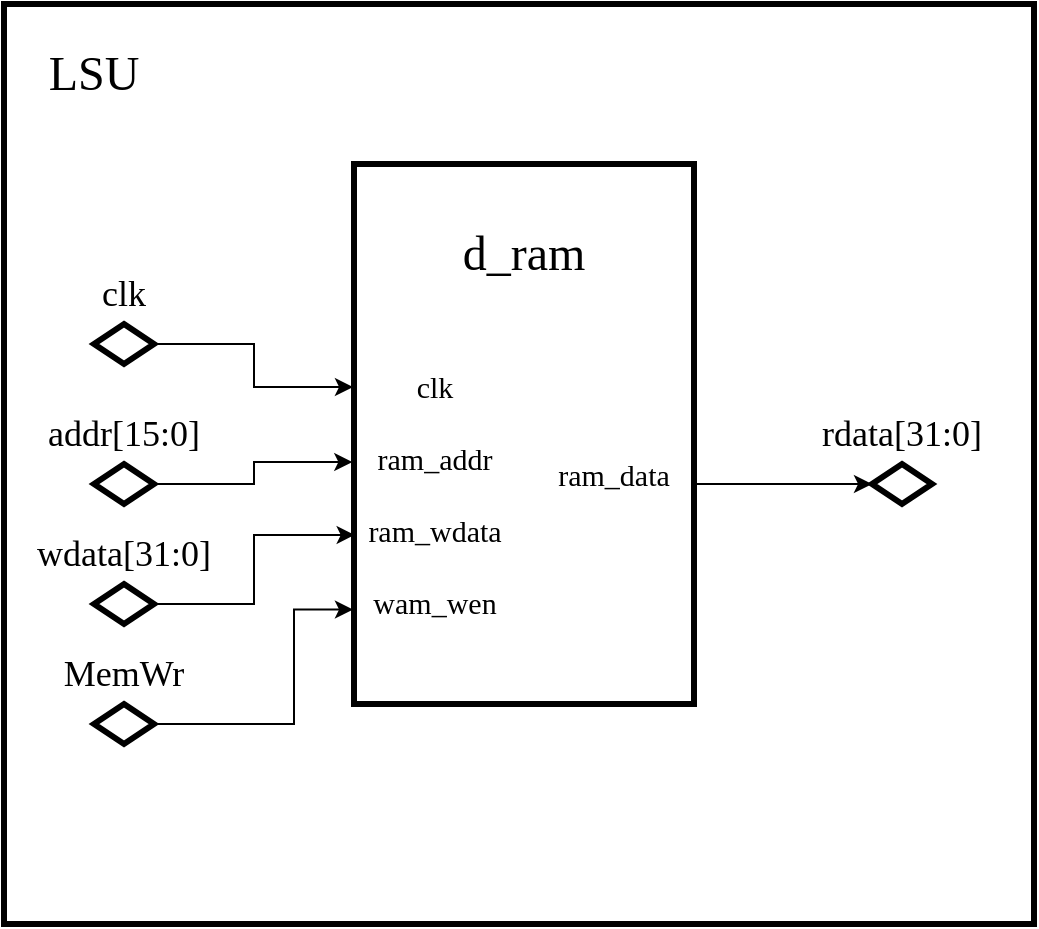
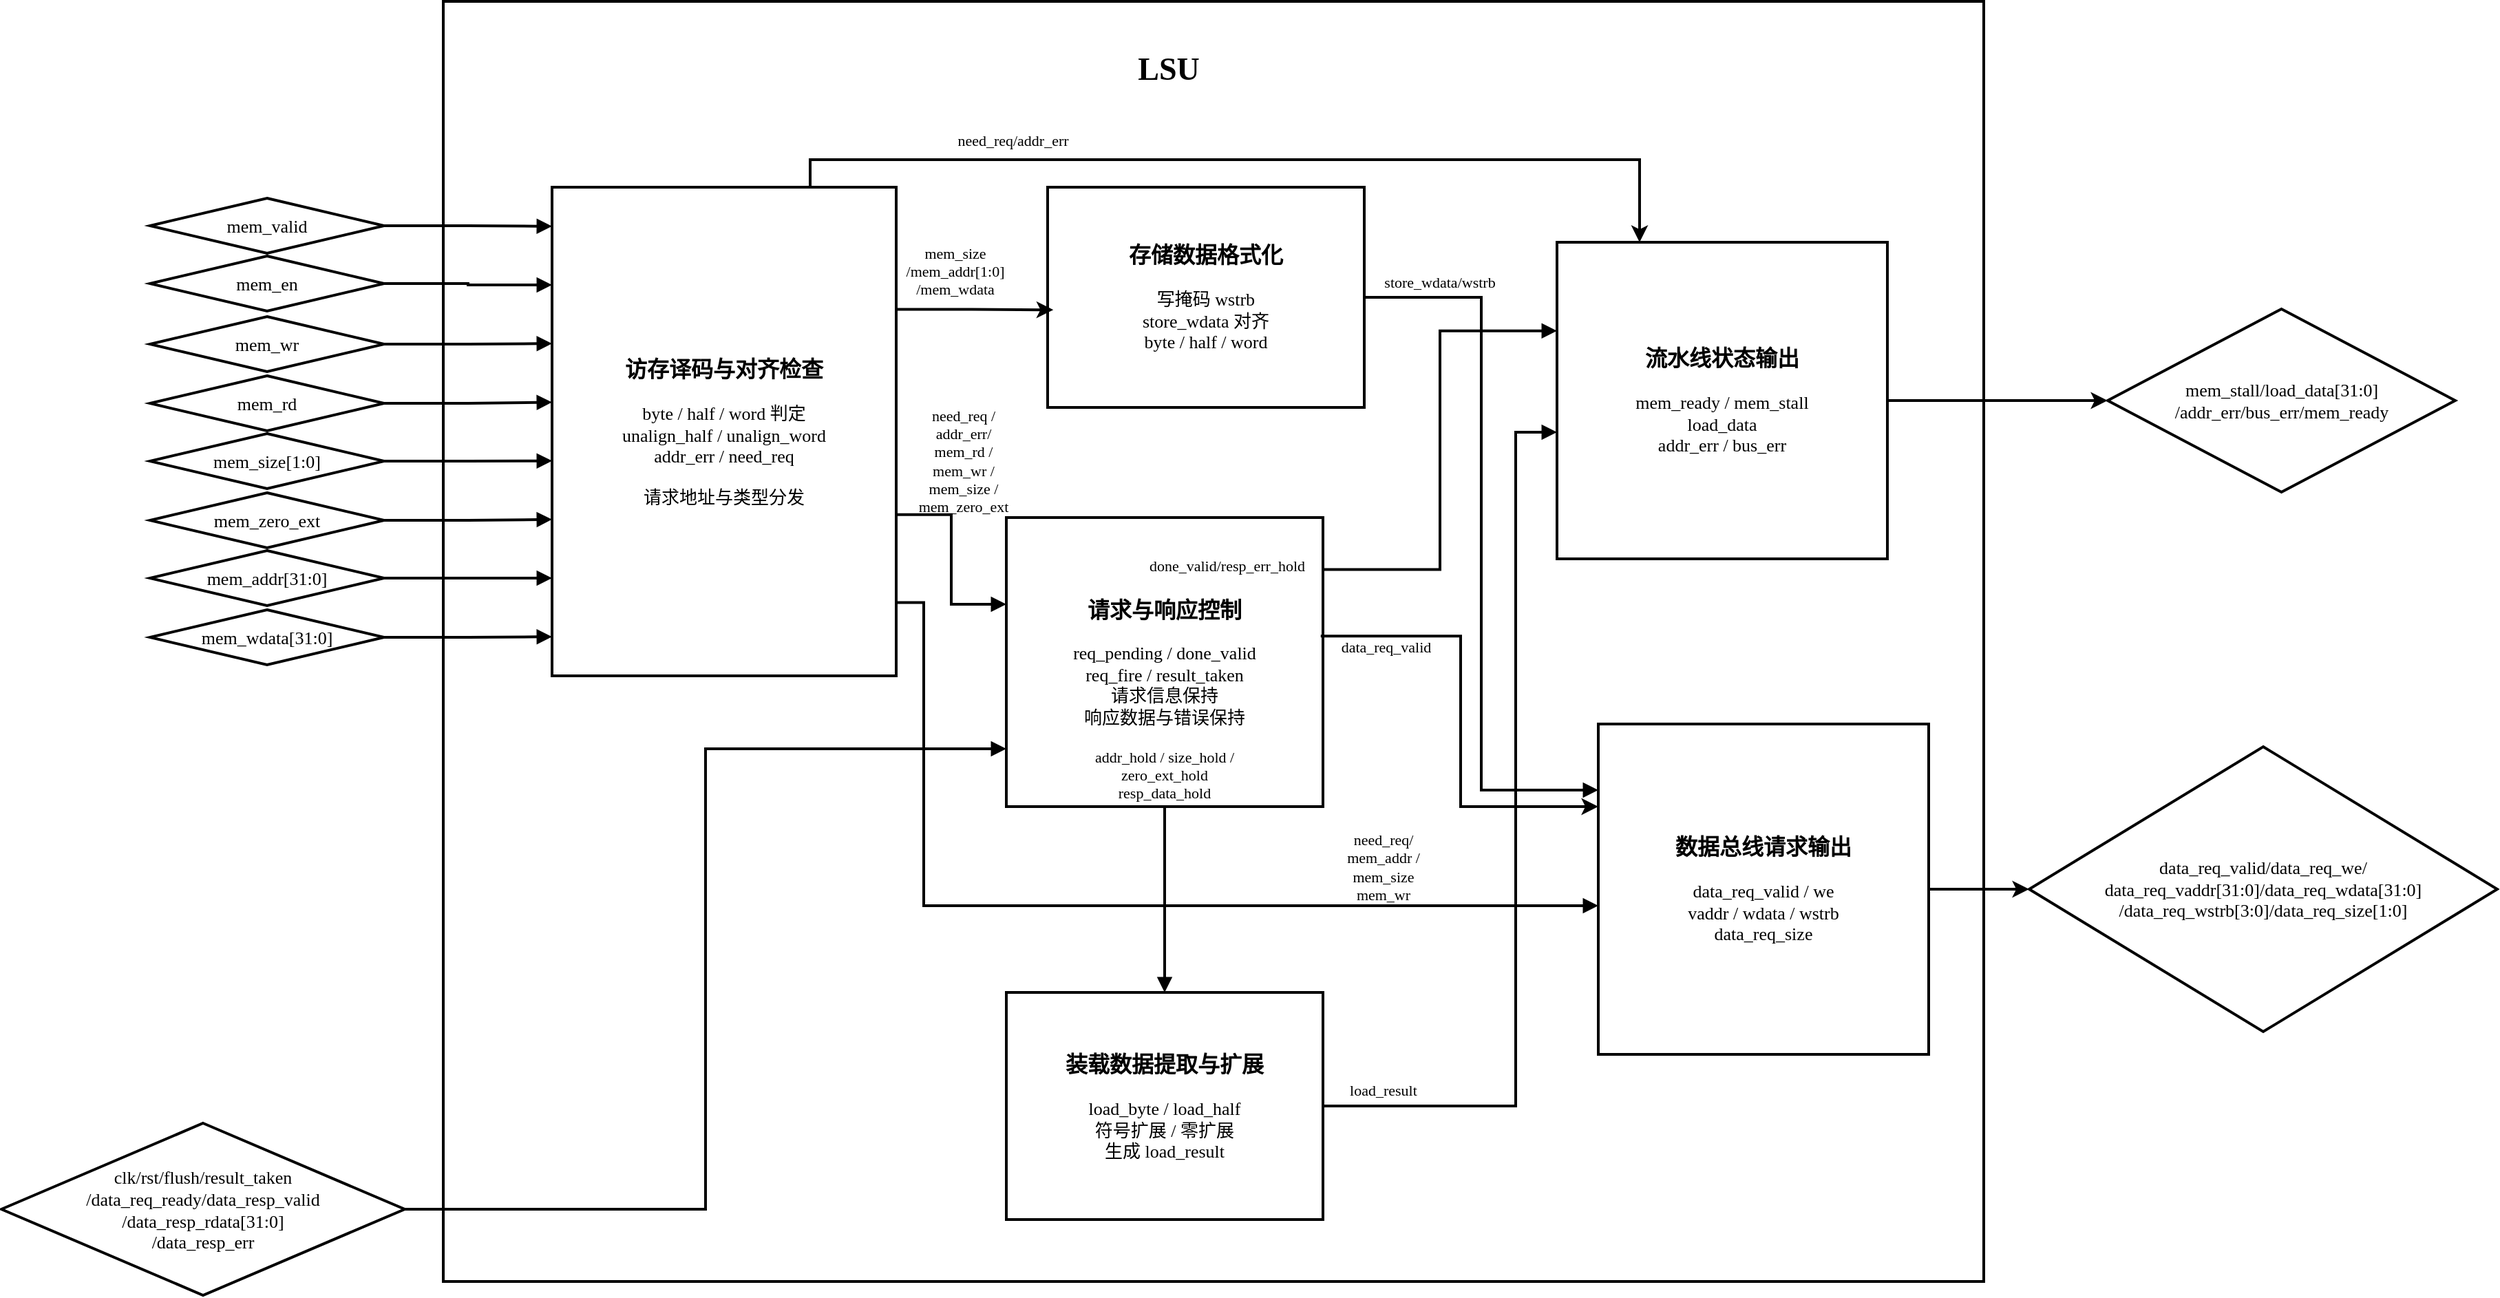
- <mxfile host="Electron">
-   <diagram name="第 1 页" id="QLSmlx7m1t_BCv0dl8FQ">
-     <mxGraphModel dx="1001" dy="690" grid="1" gridSize="10" guides="1" tooltips="1" connect="1" arrows="1" fold="1" page="1" pageScale="1" pageWidth="827" pageHeight="1169" math="0" shadow="0">
+ <mxfile host="Electron" agent="ChatGPT">
+   <diagram id="lsu-clean-layout" name="LSU结构图">
+     <mxGraphModel dx="3854" dy="1202" grid="1" gridSize="10" guides="1" tooltips="1" connect="1" arrows="1" fold="1" page="1" pageScale="1" pageWidth="1800" pageHeight="1100" math="0" shadow="0">
      <root>
        <mxCell id="0" />
        <mxCell id="1" parent="0" />
-         <mxCell id="4f5I6TafdbfVn_LrN_83-3" connectable="0" parent="1" style="group" value="" vertex="1">
-           <mxGeometry height="270" width="170" x="320" y="230" as="geometry" />
+         <mxCell id="lsu_outer" parent="1" style="rounded=0;whiteSpace=wrap;html=1;fillColor=none;strokeColor=#000000;strokeWidth=2;" value="&#xa;data_req_valid&#xa;&#xa;" vertex="1">
+           <mxGeometry height="930" width="1119" x="301" y="30" as="geometry" />
        </mxCell>
-         <mxCell id="4f5I6TafdbfVn_LrN_83-1" parent="4f5I6TafdbfVn_LrN_83-3" style="rounded=0;whiteSpace=wrap;html=1;strokeWidth=3;fillColor=none;" value="" vertex="1">
-           <mxGeometry height="270" width="170" as="geometry" />
+         <mxCell id="lsu_title" parent="1" style="text;html=1;whiteSpace=wrap;strokeColor=none;fillColor=none;align=center;verticalAlign=middle;fontFamily=Microsoft YaHei;strokeWidth=2;" value="&lt;font style=&quot;font-size: 23px;&quot;&gt;&lt;b&gt;LSU&lt;/b&gt;&lt;/font&gt;" vertex="1">
+           <mxGeometry height="38" width="140" x="758" y="60" as="geometry" />
        </mxCell>
-         <mxCell id="4f5I6TafdbfVn_LrN_83-2" parent="4f5I6TafdbfVn_LrN_83-3" style="text;html=1;whiteSpace=wrap;strokeColor=none;fillColor=none;align=center;verticalAlign=middle;rounded=0;" value="&lt;font face=&quot;Comic Sans MS&quot; style=&quot;font-size: 24px;&quot;&gt;d_ram&lt;/font&gt;" vertex="1">
-           <mxGeometry height="30" width="60" x="55" y="30" as="geometry" />
+         <mxCell id="in_mem_valid" parent="1" style="shape=rhombus;perimeter=rhombusPerimeter;whiteSpace=wrap;html=1;fillColor=#ffffff;strokeColor=#000000;strokeWidth=2;fontSize=13;fontFamily=Comic Sans MS;align=center;verticalAlign=middle;" value="mem_valid" vertex="1">
+           <mxGeometry height="40" width="170" x="88" y="173" as="geometry" />
        </mxCell>
-         <mxCell id="4f5I6TafdbfVn_LrN_83-4" parent="4f5I6TafdbfVn_LrN_83-3" style="text;html=1;whiteSpace=wrap;strokeColor=none;fillColor=none;align=center;verticalAlign=middle;rounded=0;" value="&lt;font style=&quot;font-size: 15px;&quot; face=&quot;Comic Sans MS&quot;&gt;clk&lt;/font&gt;&lt;div&gt;&lt;font face=&quot;Comic Sans MS&quot;&gt;&lt;span style=&quot;font-size: 15px;&quot;&gt;&lt;br&gt;&lt;/span&gt;&lt;/font&gt;&lt;div&gt;&lt;font style=&quot;font-size: 15px;&quot; face=&quot;Comic Sans MS&quot;&gt;ram_addr&lt;/font&gt;&lt;/div&gt;&lt;div&gt;&lt;font style=&quot;font-size: 15px;&quot; face=&quot;Comic Sans MS&quot;&gt;&lt;br&gt;&lt;/font&gt;&lt;/div&gt;&lt;div&gt;&lt;font style=&quot;font-size: 15px;&quot; face=&quot;Comic Sans MS&quot;&gt;ram_wdata&lt;/font&gt;&lt;/div&gt;&lt;div&gt;&lt;font style=&quot;font-size: 15px;&quot; face=&quot;Comic Sans MS&quot;&gt;&lt;br&gt;&lt;/font&gt;&lt;/div&gt;&lt;div&gt;&lt;font style=&quot;font-size: 15px;&quot; face=&quot;Comic Sans MS&quot;&gt;wam_wen&lt;/font&gt;&lt;/div&gt;&lt;/div&gt;" vertex="1">
-           <mxGeometry height="110" width="59" x="11" y="110" as="geometry" />
+         <mxCell id="in_mem_en" parent="1" style="shape=rhombus;perimeter=rhombusPerimeter;whiteSpace=wrap;html=1;fillColor=#ffffff;strokeColor=#000000;strokeWidth=2;fontSize=13;fontFamily=Comic Sans MS;align=center;verticalAlign=middle;" value="mem_en" vertex="1">
+           <mxGeometry height="40" width="170" x="88" y="215" as="geometry" />
        </mxCell>
-         <mxCell id="4f5I6TafdbfVn_LrN_83-5" parent="4f5I6TafdbfVn_LrN_83-3" style="text;html=1;whiteSpace=wrap;strokeColor=none;fillColor=none;align=center;verticalAlign=middle;rounded=0;" value="&lt;font style=&quot;font-size: 15px;&quot; face=&quot;Comic Sans MS&quot;&gt;ram_data&lt;/font&gt;" vertex="1">
-           <mxGeometry height="30" width="60" x="100" y="140" as="geometry" />
+         <mxCell id="in_mem_wr" parent="1" style="shape=rhombus;perimeter=rhombusPerimeter;whiteSpace=wrap;html=1;fillColor=#ffffff;strokeColor=#000000;strokeWidth=2;fontSize=13;fontFamily=Comic Sans MS;align=center;verticalAlign=middle;" value="mem_wr" vertex="1">
+           <mxGeometry height="40" width="170" x="88" y="259" as="geometry" />
        </mxCell>
-         <mxCell id="4f5I6TafdbfVn_LrN_83-8" connectable="0" parent="1" style="group" value="" vertex="1">
-           <mxGeometry height="50" width="60" x="175" y="280" as="geometry" />
+         <mxCell id="in_mem_rd" parent="1" style="shape=rhombus;perimeter=rhombusPerimeter;whiteSpace=wrap;html=1;fillColor=#ffffff;strokeColor=#000000;strokeWidth=2;fontSize=13;fontFamily=Comic Sans MS;align=center;verticalAlign=middle;" value="mem_rd" vertex="1">
+           <mxGeometry height="40" width="170" x="88" y="302" as="geometry" />
        </mxCell>
-         <mxCell id="4f5I6TafdbfVn_LrN_83-6" parent="4f5I6TafdbfVn_LrN_83-8" style="rhombus;whiteSpace=wrap;html=1;strokeWidth=3;" value="" vertex="1">
-           <mxGeometry height="20" width="30" x="15" y="30" as="geometry" />
+         <mxCell id="in_mem_size" parent="1" style="shape=rhombus;perimeter=rhombusPerimeter;whiteSpace=wrap;html=1;fillColor=#ffffff;strokeColor=#000000;strokeWidth=2;fontSize=13;fontFamily=Comic Sans MS;align=center;verticalAlign=middle;" value="mem_size[1:0]" vertex="1">
+           <mxGeometry height="40" width="170" x="88" y="344" as="geometry" />
        </mxCell>
-         <mxCell id="4f5I6TafdbfVn_LrN_83-7" parent="4f5I6TafdbfVn_LrN_83-8" style="text;html=1;whiteSpace=wrap;strokeColor=none;fillColor=none;align=center;verticalAlign=middle;rounded=0;" value="&lt;font style=&quot;font-size: 18px;&quot; face=&quot;Comic Sans MS&quot;&gt;clk&lt;/font&gt;" vertex="1">
-           <mxGeometry height="30" width="60" as="geometry" />
+         <mxCell id="in_zero_ext" parent="1" style="shape=rhombus;perimeter=rhombusPerimeter;whiteSpace=wrap;html=1;fillColor=#ffffff;strokeColor=#000000;strokeWidth=2;fontSize=13;fontFamily=Comic Sans MS;align=center;verticalAlign=middle;" value="mem_zero_ext" vertex="1">
+           <mxGeometry height="40" width="170" x="88" y="387" as="geometry" />
        </mxCell>
-         <mxCell id="4f5I6TafdbfVn_LrN_83-11" connectable="0" parent="1" style="group" value="" vertex="1">
-           <mxGeometry height="50" width="60" x="175" y="350" as="geometry" />
+         <mxCell id="in_mem_addr" parent="1" style="shape=rhombus;perimeter=rhombusPerimeter;whiteSpace=wrap;html=1;fillColor=#ffffff;strokeColor=#000000;strokeWidth=2;fontSize=13;fontFamily=Comic Sans MS;align=center;verticalAlign=middle;" value="mem_addr[31:0]" vertex="1">
+           <mxGeometry height="40" width="170" x="88" y="429" as="geometry" />
        </mxCell>
-         <mxCell id="4f5I6TafdbfVn_LrN_83-12" parent="4f5I6TafdbfVn_LrN_83-11" style="rhombus;whiteSpace=wrap;html=1;strokeWidth=3;" value="" vertex="1">
-           <mxGeometry height="20" width="30" x="15" y="30" as="geometry" />
+         <mxCell id="in_mem_wdata" parent="1" style="shape=rhombus;perimeter=rhombusPerimeter;whiteSpace=wrap;html=1;fillColor=#ffffff;strokeColor=#000000;strokeWidth=2;fontSize=13;fontFamily=Comic Sans MS;align=center;verticalAlign=middle;" value="mem_wdata[31:0]" vertex="1">
+           <mxGeometry height="40" width="170" x="88" y="472" as="geometry" />
        </mxCell>
-         <mxCell id="4f5I6TafdbfVn_LrN_83-13" parent="4f5I6TafdbfVn_LrN_83-11" style="text;html=1;whiteSpace=wrap;strokeColor=none;fillColor=none;align=center;verticalAlign=middle;rounded=0;" value="&lt;font style=&quot;font-size: 18px;&quot; face=&quot;Comic Sans MS&quot;&gt;addr[15:0]&lt;/font&gt;" vertex="1">
-           <mxGeometry height="30" width="60" as="geometry" />
+         <mxCell id="in_resp_rdata" parent="1" style="shape=rhombus;perimeter=rhombusPerimeter;whiteSpace=wrap;html=1;fillColor=#ffffff;strokeColor=#000000;strokeWidth=2;fontSize=13;fontFamily=Comic Sans MS;align=center;verticalAlign=middle;" value="clk/rst/flush/result_taken&lt;div&gt;/data_req_ready/data_resp_valid&lt;/div&gt;&lt;div&gt;/data_resp_rdata[31:0]&lt;/div&gt;&lt;div&gt;/data_resp_err&lt;/div&gt;" vertex="1">
+           <mxGeometry height="125" width="293" x="-20" y="845" as="geometry" />
        </mxCell>
-         <mxCell id="4f5I6TafdbfVn_LrN_83-14" connectable="0" parent="1" style="group" value="" vertex="1">
-           <mxGeometry height="50" width="60" x="175" y="410" as="geometry" />
-         </mxCell>
-         <mxCell id="4f5I6TafdbfVn_LrN_83-15" parent="4f5I6TafdbfVn_LrN_83-14" style="rhombus;whiteSpace=wrap;html=1;strokeWidth=3;" value="" vertex="1">
-           <mxGeometry height="20" width="30" x="15" y="30" as="geometry" />
-         </mxCell>
-         <mxCell id="4f5I6TafdbfVn_LrN_83-16" parent="4f5I6TafdbfVn_LrN_83-14" style="text;html=1;whiteSpace=wrap;strokeColor=none;fillColor=none;align=center;verticalAlign=middle;rounded=0;" value="&lt;font style=&quot;font-size: 18px;&quot; face=&quot;Comic Sans MS&quot;&gt;wdata[31:0]&lt;/font&gt;" vertex="1">
-           <mxGeometry height="30" width="60" as="geometry" />
-         </mxCell>
-         <mxCell id="4f5I6TafdbfVn_LrN_83-17" connectable="0" parent="1" style="group" value="" vertex="1">
-           <mxGeometry height="50" width="60" x="175" y="470" as="geometry" />
-         </mxCell>
-         <mxCell id="4f5I6TafdbfVn_LrN_83-18" parent="4f5I6TafdbfVn_LrN_83-17" style="rhombus;whiteSpace=wrap;html=1;strokeWidth=3;" value="" vertex="1">
-           <mxGeometry height="20" width="30" x="15" y="30" as="geometry" />
-         </mxCell>
-         <mxCell id="4f5I6TafdbfVn_LrN_83-19" parent="4f5I6TafdbfVn_LrN_83-17" style="text;html=1;whiteSpace=wrap;strokeColor=none;fillColor=none;align=center;verticalAlign=middle;rounded=0;" value="&lt;font style=&quot;font-size: 18px;&quot; face=&quot;Comic Sans MS&quot;&gt;MemWr&lt;/font&gt;" vertex="1">
-           <mxGeometry height="30" width="60" as="geometry" />
-         </mxCell>
-         <mxCell id="4f5I6TafdbfVn_LrN_83-20" connectable="0" parent="1" style="group" value="" vertex="1">
-           <mxGeometry height="50" width="60" x="564" y="350" as="geometry" />
-         </mxCell>
-         <mxCell id="4f5I6TafdbfVn_LrN_83-21" parent="4f5I6TafdbfVn_LrN_83-20" style="rhombus;whiteSpace=wrap;html=1;strokeWidth=3;" value="" vertex="1">
-           <mxGeometry height="20" width="30" x="15" y="30" as="geometry" />
-         </mxCell>
-         <mxCell id="4f5I6TafdbfVn_LrN_83-22" parent="4f5I6TafdbfVn_LrN_83-20" style="text;html=1;whiteSpace=wrap;strokeColor=none;fillColor=none;align=center;verticalAlign=middle;rounded=0;" value="&lt;font face=&quot;Comic Sans MS&quot;&gt;&lt;span style=&quot;font-size: 18px;&quot;&gt;rdata[31:0]&lt;/span&gt;&lt;/font&gt;" vertex="1">
-           <mxGeometry height="30" width="60" as="geometry" />
-         </mxCell>
-         <mxCell id="4f5I6TafdbfVn_LrN_83-24" edge="1" parent="1" source="4f5I6TafdbfVn_LrN_83-6" style="edgeStyle=orthogonalEdgeStyle;rounded=0;orthogonalLoop=1;jettySize=auto;html=1;exitX=1;exitY=0.5;exitDx=0;exitDy=0;entryX=-0.003;entryY=0.413;entryDx=0;entryDy=0;entryPerimeter=0;" target="4f5I6TafdbfVn_LrN_83-1">
+         <mxCell id="NFlfCKjTh7nACLkx_MvX-6" edge="1" parent="1" source="req_decode" style="edgeStyle=orthogonalEdgeStyle;rounded=0;orthogonalLoop=1;jettySize=auto;html=1;exitX=0.75;exitY=0;exitDx=0;exitDy=0;entryX=0.25;entryY=0;entryDx=0;entryDy=0;strokeWidth=2;" target="pipe_out">
          <mxGeometry relative="1" as="geometry" />
        </mxCell>
-         <mxCell id="4f5I6TafdbfVn_LrN_83-25" edge="1" parent="1" source="4f5I6TafdbfVn_LrN_83-12" style="edgeStyle=orthogonalEdgeStyle;rounded=0;orthogonalLoop=1;jettySize=auto;html=1;exitX=1;exitY=0.5;exitDx=0;exitDy=0;entryX=-0.005;entryY=0.552;entryDx=0;entryDy=0;entryPerimeter=0;" target="4f5I6TafdbfVn_LrN_83-1">
+         <mxCell id="req_decode" parent="1" style="rounded=0;whiteSpace=wrap;html=1;fillColor=#ffffff;strokeColor=#000000;strokeWidth=2;align=center;verticalAlign=middle;fontFamily=Microsoft YaHei;" value="&lt;font style=&quot;font-size: 16px;&quot;&gt;&lt;b&gt;访存译码与对齐检查&lt;/b&gt;&lt;/font&gt;&lt;br&gt;&lt;br&gt;&lt;font style=&quot;font-size: 13px;&quot;&gt;byte / half / word 判定&lt;/font&gt;&lt;br&gt;&lt;font style=&quot;font-size: 13px;&quot;&gt;unalign_half / unalign_word&lt;/font&gt;&lt;br&gt;&lt;font style=&quot;font-size: 13px;&quot;&gt;addr_err / need_req&lt;/font&gt;&lt;br&gt;&lt;br&gt;&lt;font style=&quot;font-size: 13px;&quot;&gt;请求地址与类型分发&lt;/font&gt;" vertex="1">
+           <mxGeometry height="355" width="250" x="380" y="165" as="geometry" />
+         </mxCell>
+         <mxCell id="store_fmt" parent="1" style="rounded=0;whiteSpace=wrap;html=1;fillColor=#ffffff;strokeColor=#000000;strokeWidth=2;align=center;verticalAlign=middle;fontFamily=Microsoft YaHei;" value="&lt;font style=&quot;font-size: 16px;&quot;&gt;&lt;b&gt;存储数据格式化&lt;/b&gt;&lt;/font&gt;&lt;br&gt;&lt;br&gt;&lt;font style=&quot;font-size: 13px;&quot;&gt;写掩码 wstrb&lt;/font&gt;&lt;br&gt;&lt;font style=&quot;font-size: 13px;&quot;&gt;store_wdata 对齐&lt;/font&gt;&lt;br&gt;&lt;font style=&quot;font-size: 13px;&quot;&gt;byte / half / word&lt;/font&gt;" vertex="1">
+           <mxGeometry height="160" width="230" x="740" y="165" as="geometry" />
+         </mxCell>
+         <mxCell id="req_state" parent="1" style="rounded=0;whiteSpace=wrap;html=1;fillColor=#ffffff;strokeColor=#000000;strokeWidth=2;align=center;verticalAlign=middle;fontFamily=Microsoft YaHei;" value="&lt;font style=&quot;font-size: 16px;&quot;&gt;&lt;b&gt;请求与响应控制&lt;/b&gt;&lt;/font&gt;&lt;br&gt;&lt;br&gt;&lt;font style=&quot;font-size: 13px;&quot;&gt;req_pending / done_valid&lt;/font&gt;&lt;br&gt;&lt;font style=&quot;font-size: 13px;&quot;&gt;req_fire / result_taken&lt;/font&gt;&lt;br&gt;&lt;font style=&quot;font-size: 13px;&quot;&gt;请求信息保持&lt;/font&gt;&lt;br&gt;&lt;font style=&quot;font-size: 13px;&quot;&gt;响应数据与错误保持&lt;/font&gt;" vertex="1">
+           <mxGeometry height="210" width="230" x="710" y="405" as="geometry" />
+         </mxCell>
+         <mxCell id="load_fmt" parent="1" style="rounded=0;whiteSpace=wrap;html=1;fillColor=#ffffff;strokeColor=#000000;strokeWidth=2;align=center;verticalAlign=middle;fontFamily=Microsoft YaHei;" value="&lt;font style=&quot;font-size: 16px;&quot;&gt;&lt;b&gt;装载数据提取与扩展&lt;/b&gt;&lt;/font&gt;&lt;br&gt;&lt;br&gt;&lt;font style=&quot;font-size: 13px;&quot;&gt;load_byte / load_half&lt;/font&gt;&lt;br&gt;&lt;font style=&quot;font-size: 13px;&quot;&gt;符号扩展 / 零扩展&lt;/font&gt;&lt;br&gt;&lt;font style=&quot;font-size: 13px;&quot;&gt;生成 load_result&lt;/font&gt;" vertex="1">
+           <mxGeometry height="165" width="230" x="710" y="750" as="geometry" />
+         </mxCell>
+         <mxCell id="NFlfCKjTh7nACLkx_MvX-5" edge="1" parent="1" source="pipe_out" style="edgeStyle=orthogonalEdgeStyle;rounded=0;orthogonalLoop=1;jettySize=auto;html=1;exitX=1;exitY=0.5;exitDx=0;exitDy=0;entryX=0;entryY=0.5;entryDx=0;entryDy=0;strokeWidth=2;" target="out_stall">
          <mxGeometry relative="1" as="geometry" />
        </mxCell>
-         <mxCell id="4f5I6TafdbfVn_LrN_83-26" edge="1" parent="1" source="4f5I6TafdbfVn_LrN_83-15" style="edgeStyle=orthogonalEdgeStyle;rounded=0;orthogonalLoop=1;jettySize=auto;html=1;exitX=1;exitY=0.5;exitDx=0;exitDy=0;entryX=0.002;entryY=0.687;entryDx=0;entryDy=0;entryPerimeter=0;" target="4f5I6TafdbfVn_LrN_83-1">
+         <mxCell id="pipe_out" parent="1" style="rounded=0;whiteSpace=wrap;html=1;fillColor=#ffffff;strokeColor=#000000;strokeWidth=2;align=center;verticalAlign=middle;fontFamily=Microsoft YaHei;" value="&lt;font style=&quot;font-size: 16px;&quot;&gt;&lt;b&gt;流水线状态输出&lt;/b&gt;&lt;/font&gt;&lt;br&gt;&lt;br&gt;&lt;font style=&quot;font-size: 13px;&quot;&gt;mem_ready / mem_stall&lt;/font&gt;&lt;br&gt;&lt;font style=&quot;font-size: 13px;&quot;&gt;load_data&lt;/font&gt;&lt;br&gt;&lt;font style=&quot;font-size: 13px;&quot;&gt;addr_err / bus_err&lt;/font&gt;" vertex="1">
+           <mxGeometry height="230" width="240" x="1110" y="205" as="geometry" />
+         </mxCell>
+         <mxCell id="NFlfCKjTh7nACLkx_MvX-3" edge="1" parent="1" source="bus_out" style="edgeStyle=orthogonalEdgeStyle;rounded=0;orthogonalLoop=1;jettySize=auto;html=1;exitX=1;exitY=0.5;exitDx=0;exitDy=0;entryX=0;entryY=0.5;entryDx=0;entryDy=0;strokeWidth=2;" target="out_req_valid">
          <mxGeometry relative="1" as="geometry" />
        </mxCell>
-         <mxCell id="4f5I6TafdbfVn_LrN_83-27" edge="1" parent="1" source="4f5I6TafdbfVn_LrN_83-18" style="edgeStyle=orthogonalEdgeStyle;rounded=0;orthogonalLoop=1;jettySize=auto;html=1;exitX=1;exitY=0.5;exitDx=0;exitDy=0;entryX=-0.003;entryY=0.825;entryDx=0;entryDy=0;entryPerimeter=0;" target="4f5I6TafdbfVn_LrN_83-1">
+         <mxCell id="bus_out" parent="1" style="rounded=0;whiteSpace=wrap;html=1;fillColor=#ffffff;strokeColor=#000000;strokeWidth=2;align=center;verticalAlign=middle;fontFamily=Microsoft YaHei;" value="&lt;font style=&quot;font-size: 16px;&quot;&gt;&lt;b&gt;数据总线请求输出&lt;/b&gt;&lt;/font&gt;&lt;br&gt;&lt;br&gt;&lt;font style=&quot;font-size: 13px;&quot;&gt;data_req_valid / we&lt;/font&gt;&lt;br&gt;&lt;font style=&quot;font-size: 13px;&quot;&gt;vaddr / wdata / wstrb&lt;/font&gt;&lt;br&gt;&lt;font style=&quot;font-size: 13px;&quot;&gt;data_req_size&lt;/font&gt;" vertex="1">
+           <mxGeometry height="240" width="240" x="1140" y="555" as="geometry" />
+         </mxCell>
+         <mxCell id="out_stall" parent="1" style="shape=rhombus;perimeter=rhombusPerimeter;whiteSpace=wrap;html=1;fillColor=#ffffff;strokeColor=#000000;strokeWidth=2;fontSize=13;fontFamily=Comic Sans MS;align=center;verticalAlign=middle;" value="mem_stall/load_data[31:0]&lt;div&gt;/addr_err/bus_err/mem_ready&lt;/div&gt;" vertex="1">
+           <mxGeometry height="133" width="252.5" x="1510" y="253.5" as="geometry" />
+         </mxCell>
+         <mxCell id="out_req_valid" parent="1" style="shape=rhombus;perimeter=rhombusPerimeter;whiteSpace=wrap;html=1;fillColor=#ffffff;strokeColor=#000000;strokeWidth=2;fontSize=13;fontFamily=Comic Sans MS;align=center;verticalAlign=middle;" value="data_req_valid/data_req_we/&lt;div&gt;data_req_vaddr[31:0]/data_req_wdata[31:0]&lt;/div&gt;&lt;div&gt;/data_req_wstrb[3:0]/data_req_size[1:0]&lt;/div&gt;" vertex="1">
+           <mxGeometry height="207" width="340" x="1453" y="571.5" as="geometry" />
+         </mxCell>
+         <mxCell id="edge_in_mem_valid" edge="1" parent="1" source="in_mem_valid" style="edgeStyle=orthogonalEdgeStyle;shape=wire;rounded=0;orthogonalLoop=1;jettySize=auto;html=1;endArrow=block;endFill=1;strokeWidth=2;exitX=1;exitY=0.5;entryX=0;entryY=0.08;entryPerimeter=1;" target="req_decode" value="">
+           <mxGeometry relative="1" as="geometry" />
+         </mxCell>
+         <mxCell id="edge_in_mem_en" edge="1" parent="1" source="in_mem_en" style="edgeStyle=orthogonalEdgeStyle;shape=wire;rounded=0;orthogonalLoop=1;jettySize=auto;html=1;endArrow=block;endFill=1;strokeWidth=2;exitX=1;exitY=0.5;entryX=0;entryY=0.20;entryPerimeter=1;" target="req_decode" value="">
+           <mxGeometry relative="1" as="geometry" />
+         </mxCell>
+         <mxCell id="edge_in_mem_wr" edge="1" parent="1" source="in_mem_wr" style="edgeStyle=orthogonalEdgeStyle;shape=wire;rounded=0;orthogonalLoop=1;jettySize=auto;html=1;endArrow=block;endFill=1;strokeWidth=2;exitX=1;exitY=0.5;entryX=0;entryY=0.32;entryPerimeter=1;" target="req_decode" value="">
+           <mxGeometry relative="1" as="geometry" />
+         </mxCell>
+         <mxCell id="edge_in_mem_rd" edge="1" parent="1" source="in_mem_rd" style="edgeStyle=orthogonalEdgeStyle;shape=wire;rounded=0;orthogonalLoop=1;jettySize=auto;html=1;endArrow=block;endFill=1;strokeWidth=2;exitX=1;exitY=0.5;entryX=0;entryY=0.44;entryPerimeter=1;" target="req_decode" value="">
+           <mxGeometry relative="1" as="geometry" />
+         </mxCell>
+         <mxCell id="edge_in_mem_size" edge="1" parent="1" source="in_mem_size" style="edgeStyle=orthogonalEdgeStyle;shape=wire;rounded=0;orthogonalLoop=1;jettySize=auto;html=1;endArrow=block;endFill=1;strokeWidth=2;exitX=1;exitY=0.5;entryX=0;entryY=0.56;entryPerimeter=1;" target="req_decode" value="">
+           <mxGeometry relative="1" as="geometry" />
+         </mxCell>
+         <mxCell id="edge_in_zero_ext" edge="1" parent="1" source="in_zero_ext" style="edgeStyle=orthogonalEdgeStyle;shape=wire;rounded=0;orthogonalLoop=1;jettySize=auto;html=1;endArrow=block;endFill=1;strokeWidth=2;exitX=1;exitY=0.5;entryX=0;entryY=0.68;entryPerimeter=1;" target="req_decode" value="">
+           <mxGeometry relative="1" as="geometry" />
+         </mxCell>
+         <mxCell id="edge_in_mem_addr" edge="1" parent="1" source="in_mem_addr" style="edgeStyle=orthogonalEdgeStyle;shape=wire;rounded=0;orthogonalLoop=1;jettySize=auto;html=1;endArrow=block;endFill=1;strokeWidth=2;exitX=1;exitY=0.5;entryX=0;entryY=0.80;entryPerimeter=1;" target="req_decode" value="">
+           <mxGeometry relative="1" as="geometry" />
+         </mxCell>
+         <mxCell id="edge_in_mem_wdata" edge="1" parent="1" source="in_mem_wdata" style="edgeStyle=orthogonalEdgeStyle;shape=wire;rounded=0;orthogonalLoop=1;jettySize=auto;html=1;endArrow=block;endFill=1;strokeWidth=2;exitX=1;exitY=0.5;entryX=0;entryY=0.92;entryPerimeter=1;" target="req_decode" value="">
+           <mxGeometry relative="1" as="geometry" />
+         </mxCell>
+         <mxCell id="edge_in_resp_rdata" edge="1" parent="1" source="in_resp_rdata" style="edgeStyle=orthogonalEdgeStyle;shape=wire;rounded=0;orthogonalLoop=1;jettySize=auto;html=1;endArrow=block;endFill=1;strokeWidth=2;exitX=1;exitY=0.5;entryX=0;entryY=0.80;entryPerimeter=1;" target="req_state" value="">
+           <mxGeometry relative="1" as="geometry" />
+         </mxCell>
+         <mxCell id="label_decode_store" parent="1" style="text;html=1;whiteSpace=wrap;strokeColor=none;fillColor=none;align=center;verticalAlign=middle;fontSize=11;fontFamily=Comic Sans MS;strokeWidth=2;" value="mem_size&lt;div&gt;/mem_addr[1:0]&lt;/div&gt;&lt;div&gt;/mem_wdata&lt;/div&gt;" vertex="1">
+           <mxGeometry height="42" width="70" x="638" y="205" as="geometry" />
+         </mxCell>
+         <mxCell id="edge_decode_state" edge="1" parent="1" source="req_decode" style="edgeStyle=orthogonalEdgeStyle;shape=wire;rounded=0;orthogonalLoop=1;jettySize=auto;html=1;endArrow=block;endFill=1;strokeWidth=2;exitX=1;exitY=0.67;entryX=0;entryY=0.30;" target="req_state" value="">
+           <mxGeometry relative="1" as="geometry" />
+         </mxCell>
+         <mxCell id="label_decode_state" parent="1" style="text;html=1;whiteSpace=wrap;strokeColor=none;fillColor=none;align=center;verticalAlign=middle;fontSize=11;fontFamily=Comic Sans MS;strokeWidth=2;" value="need_req / addr_err/&lt;br&gt;mem_rd / mem_wr / mem_size / mem_zero_ext" vertex="1">
+           <mxGeometry height="46" width="82" x="638" y="340.5" as="geometry" />
+         </mxCell>
+         <mxCell id="edge_store_bus" edge="1" parent="1" source="store_fmt" style="edgeStyle=orthogonalEdgeStyle;shape=wire;rounded=0;orthogonalLoop=1;jettySize=auto;html=1;endArrow=block;endFill=1;strokeWidth=2;exitX=1;exitY=0.50;entryX=0;entryY=0.20;" target="bus_out" value="">
+           <mxGeometry relative="1" as="geometry" />
+         </mxCell>
+         <mxCell id="edge_decode_bus" edge="1" parent="1" source="req_decode" style="edgeStyle=orthogonalEdgeStyle;shape=wire;rounded=0;orthogonalLoop=1;jettySize=auto;html=1;endArrow=block;endFill=1;strokeWidth=2;exitX=1;exitY=0.85;entryX=0;entryY=0.55;" target="bus_out" value="">
          <mxGeometry relative="1" as="geometry">
            <Array as="points">
-               <mxPoint x="290" y="510" />
-               <mxPoint x="290" y="453" />
+               <mxPoint x="650" y="467" />
+               <mxPoint x="650" y="687" />
            </Array>
          </mxGeometry>
        </mxCell>
-         <mxCell id="4f5I6TafdbfVn_LrN_83-28" edge="1" parent="1" source="4f5I6TafdbfVn_LrN_83-1" style="edgeStyle=orthogonalEdgeStyle;rounded=0;orthogonalLoop=1;jettySize=auto;html=1;exitX=1;exitY=0.5;exitDx=0;exitDy=0;entryX=0;entryY=0.5;entryDx=0;entryDy=0;" target="4f5I6TafdbfVn_LrN_83-21">
+         <mxCell id="label_decode_bus" parent="1" style="text;html=1;whiteSpace=wrap;strokeColor=none;fillColor=none;align=center;verticalAlign=middle;fontSize=11;fontFamily=Comic Sans MS;strokeWidth=2;" value="need_req/&lt;div&gt;mem_addr / mem_size&lt;br&gt;mem_wr&lt;/div&gt;" vertex="1">
+           <mxGeometry height="40" width="72" x="948" y="639" as="geometry" />
+         </mxCell>
+         <mxCell id="edge_state_load" edge="1" parent="1" source="req_state" style="edgeStyle=orthogonalEdgeStyle;shape=wire;rounded=0;orthogonalLoop=1;jettySize=auto;html=1;endArrow=block;endFill=1;strokeWidth=2;exitX=0.50;exitY=1;entryX=0.50;entryY=0;" target="load_fmt" value="">
+           <mxGeometry relative="1" as="geometry" />
+         </mxCell>
+         <mxCell id="label_state_load" parent="1" style="text;html=1;whiteSpace=wrap;strokeColor=none;fillColor=none;align=center;verticalAlign=middle;fontSize=11;fontFamily=Comic Sans MS;strokeWidth=2;" value="addr_hold / size_hold / zero_ext_hold&lt;br&gt;resp_data_hold" vertex="1">
+           <mxGeometry height="44" width="136" x="757" y="569.5" as="geometry" />
+         </mxCell>
+         <mxCell id="label_decode_pipe" parent="1" style="text;html=1;whiteSpace=wrap;strokeColor=none;fillColor=none;align=center;verticalAlign=middle;fontSize=11;fontFamily=Comic Sans MS;strokeWidth=2;" value="done_valid/resp_err_hold" vertex="1">
+           <mxGeometry height="20" width="55" x="843" y="430" as="geometry" />
+         </mxCell>
+         <mxCell id="edge_state_pipe" edge="1" parent="1" source="req_state" style="edgeStyle=orthogonalEdgeStyle;shape=wire;rounded=0;orthogonalLoop=1;jettySize=auto;html=1;endArrow=block;endFill=1;strokeWidth=2;exitX=1;exitY=0.18;entryX=0;entryY=0.28;" target="pipe_out" value="">
+           <mxGeometry relative="1" as="geometry" />
+         </mxCell>
+         <mxCell id="label_state_pipe" parent="1" style="text;html=1;whiteSpace=wrap;strokeColor=none;fillColor=none;align=center;verticalAlign=middle;fontSize=11;fontFamily=Comic Sans MS;strokeWidth=2;" value="data_req_valid" vertex="1">
+           <mxGeometry height="42" width="76" x="948" y="478" as="geometry" />
+         </mxCell>
+         <mxCell id="edge_load_pipe" edge="1" parent="1" source="load_fmt" style="edgeStyle=orthogonalEdgeStyle;shape=wire;rounded=0;orthogonalLoop=1;jettySize=auto;html=1;endArrow=block;endFill=1;strokeWidth=2;exitX=1;exitY=0.50;entryX=0;entryY=0.60;" target="pipe_out" value="">
          <mxGeometry relative="1" as="geometry">
            <Array as="points">
-               <mxPoint x="490" y="390" />
+               <mxPoint x="1080" y="833" />
+               <mxPoint x="1080" y="343" />
            </Array>
          </mxGeometry>
        </mxCell>
-         <mxCell id="4f5I6TafdbfVn_LrN_83-29" parent="1" style="rounded=0;whiteSpace=wrap;html=1;fillColor=none;strokeWidth=3;" value="" vertex="1">
-           <mxGeometry height="460" width="515" x="145" y="150" as="geometry" />
+         <mxCell id="label_load_pipe" parent="1" style="text;html=1;whiteSpace=wrap;strokeColor=none;fillColor=none;align=center;verticalAlign=middle;fontSize=11;fontFamily=Comic Sans MS;strokeWidth=2;" value="load_result" vertex="1">
+           <mxGeometry height="22" width="62" x="953" y="810" as="geometry" />
        </mxCell>
-         <mxCell id="4f5I6TafdbfVn_LrN_83-30" parent="1" style="text;html=1;whiteSpace=wrap;strokeColor=none;fillColor=none;align=center;verticalAlign=middle;rounded=0;" value="&lt;font style=&quot;font-size: 24px;&quot; face=&quot;Comic Sans MS&quot;&gt;LSU&lt;/font&gt;" vertex="1">
-           <mxGeometry height="30" width="60" x="160" y="170" as="geometry" />
+         <mxCell id="NFlfCKjTh7nACLkx_MvX-7" edge="1" parent="1" source="req_decode" style="edgeStyle=orthogonalEdgeStyle;rounded=0;orthogonalLoop=1;jettySize=auto;html=1;exitX=1;exitY=0.25;exitDx=0;exitDy=0;entryX=0.018;entryY=0.557;entryDx=0;entryDy=0;entryPerimeter=0;strokeWidth=2;" target="store_fmt">
+           <mxGeometry relative="1" as="geometry" />
+         </mxCell>
+         <mxCell id="NFlfCKjTh7nACLkx_MvX-10" parent="1" style="text;html=1;whiteSpace=wrap;strokeColor=none;fillColor=none;align=center;verticalAlign=middle;fontSize=11;fontFamily=Comic Sans MS;strokeWidth=2;" value="need_req/addr_err" vertex="1">
+           <mxGeometry height="42" width="70" x="680" y="110" as="geometry" />
+         </mxCell>
+         <mxCell id="NFlfCKjTh7nACLkx_MvX-11" parent="1" style="text;html=1;whiteSpace=wrap;strokeColor=none;fillColor=none;align=center;verticalAlign=middle;fontSize=11;fontFamily=Comic Sans MS;strokeWidth=2;" value="store_wdata/wstrb" vertex="1">
+           <mxGeometry height="42" width="70" x="990" y="213" as="geometry" />
+         </mxCell>
+         <mxCell id="NFlfCKjTh7nACLkx_MvX-12" edge="1" parent="1" source="bus_out" style="edgeStyle=orthogonalEdgeStyle;rounded=0;orthogonalLoop=1;jettySize=auto;html=1;exitX=0;exitY=0.25;exitDx=0;exitDy=0;entryX=0.993;entryY=0.41;entryDx=0;entryDy=0;entryPerimeter=0;endArrow=none;endFill=0;startArrow=classic;startFill=1;strokeWidth=2;" target="req_state">
+           <mxGeometry relative="1" as="geometry" />
        </mxCell>
      </root>
    </mxGraphModel>
  </diagram>
</mxfile>
